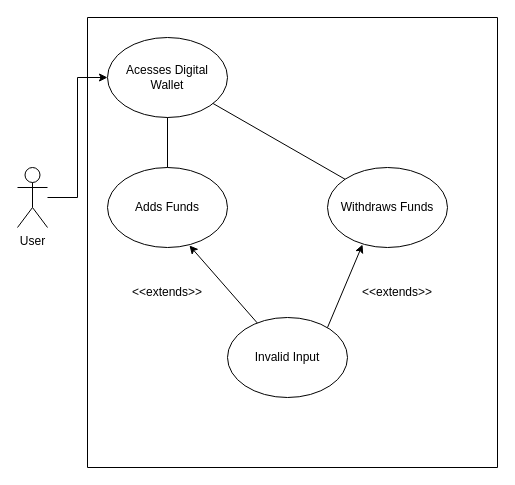
Above: docs/useCaseDiagramsSrc/UserChangesAccountBalance.drawio in davevstorey/9-usu-cs3450-sp2022 (draw.io), before the change. Source tidied: cells renumbered, new cells numbered last; positions are measured from the earlier drawing's top-left corner, leaving out a move shared by most shapes. Both pictures are drawn from the tidied source at 100%, with x=0, y=0 at pixel (17, 17).
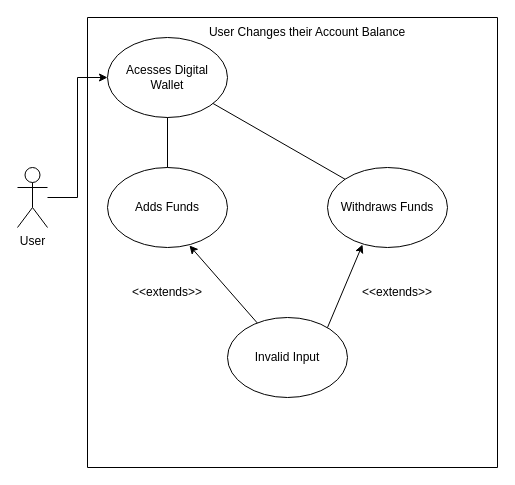
The same diagram, later.

What changed in the source:
```diff
@@
 <mxGraphModel>
   <root>
     <mxCell id="0" />
     <mxCell id="1" parent="0" />
     <mxCell id="2" style="edgeStyle=orthogonalEdgeStyle;rounded=0;jettySize=auto;html=1;entryX=0;entryY=0.5;entryDx=0;entryDy=0;" parent="1" edge="1" source="3" target="5">
       <mxGeometry relative="1" as="geometry" />
     </mxCell>
     <mxCell id="3" value="User" style="shape=umlActor;verticalLabelPosition=bottom;verticalAlign=top;html=1;" parent="1" vertex="1">
       <mxGeometry y="150" width="30" height="60" as="geometry" />
     </mxCell>
     <mxCell id="4" style="swimlane;startSize=0;" parent="1" vertex="1">
       <mxGeometry x="70" width="410" height="450" as="geometry" />
     </mxCell>
     <mxCell id="5" value="Acesses Digital Wallet" style="ellipse;whiteSpace=wrap;html=1;" parent="4" vertex="1">
       <mxGeometry x="20" y="20" width="120" height="80" as="geometry" />
     </mxCell>
     <mxCell id="6" value="Adds Funds" style="ellipse;whiteSpace=wrap;html=1;" parent="4" vertex="1">
       <mxGeometry x="20" y="150" width="120" height="80" as="geometry" />
     </mxCell>
     <mxCell id="7" value="Withdraws Funds" style="ellipse;whiteSpace=wrap;html=1;" parent="4" vertex="1">
       <mxGeometry x="240" y="150" width="120" height="80" as="geometry" />
     </mxCell>
     <mxCell id="8" style="endArrow=none;html=1;rounded=0;exitX=0;exitY=0;exitDx=0;exitDy=0;" parent="4" edge="1" source="7" target="5">
       <mxGeometry relative="1" as="geometry" />
     </mxCell>
     <mxCell id="9" style="endArrow=none;html=1;rounded=0;entryX=0.5;entryY=1;entryDx=0;entryDy=0;" parent="4" edge="1" target="5">
       <mxGeometry relative="1" as="geometry">
         <mxPoint x="80" y="150" as="sourcePoint" />
       </mxGeometry>
     </mxCell>
     <mxCell id="10" value="Invalid Input" style="ellipse;whiteSpace=wrap;html=1;" parent="4" vertex="1">
       <mxGeometry x="140" y="300" width="120" height="80" as="geometry" />
     </mxCell>
     <mxCell id="11" style="endArrow=classic;html=1;rounded=0;entryX=0.683;entryY=0.975;entryDx=0;entryDy=0;entryPerimeter=0;" parent="4" edge="1" source="10" target="6">
       <mxGeometry relative="1" as="geometry" />
     </mxCell>
     <mxCell id="12" style="endArrow=classic;html=1;rounded=0;entryX=0.292;entryY=0.963;entryDx=0;entryDy=0;entryPerimeter=0;" parent="4" edge="1" target="7">
       <mxGeometry relative="1" as="geometry">
         <mxPoint x="240" y="310" as="sourcePoint" />
       </mxGeometry>
     </mxCell>
     <mxCell id="13" value="&amp;lt;&amp;lt;extends&amp;gt;&amp;gt;" style="text;html=1;strokeColor=none;fillColor=none;align=center;verticalAlign=middle;whiteSpace=wrap;rounded=0;" parent="4" vertex="1">
       <mxGeometry x="270" y="260" width="80" height="30" as="geometry" />
     </mxCell>
     <mxCell id="14" value="&amp;lt;&amp;lt;extends&amp;gt;&amp;gt;" style="text;html=1;strokeColor=none;fillColor=none;align=center;verticalAlign=middle;whiteSpace=wrap;rounded=0;" parent="4" vertex="1">
       <mxGeometry x="40" y="260" width="80" height="30" as="geometry" />
     </mxCell>
+    <mxCell id="15" value="User Changes their Account Balance" style="text;html=1;strokeColor=none;fillColor=none;align=center;verticalAlign=middle;whiteSpace=wrap;rounded=0;" parent="4" vertex="1">
+      <mxGeometry x="120" width="200" height="30" as="geometry" />
+    </mxCell>
   </root>
 </mxGraphModel>
```
